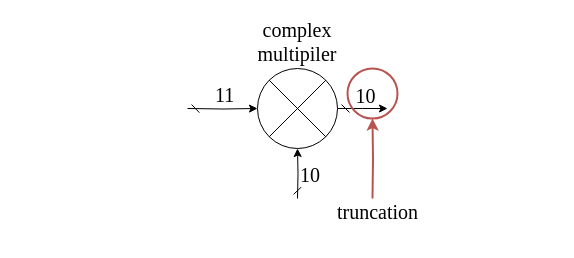
Before: truncation.drawio in ALpht/16_FFT, a draw.io diagram. Source tidied: cells renumbered, new cells numbered last; positions are measured from the earlier drawing's top-left corner, leaving out a move shared by most shapes. Both pictures are drawn from the tidied source at 100%, with x=0, y=0 at pixel (187, 68).
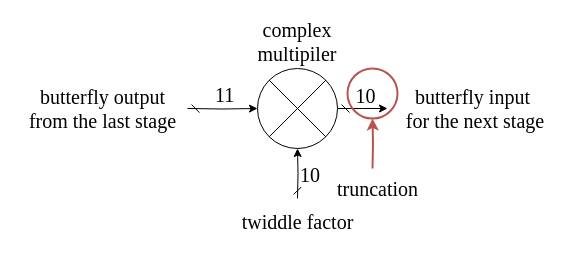
Above is the later version.

Diff of the diagram source:
```diff
@@
 <mxGraphModel>
   <root>
     <mxCell id="0" />
     <mxCell id="1" parent="0" />
     <mxCell id="2" style="edgeStyle=orthogonalEdgeStyle;rounded=0;jettySize=auto;html=1;startArrow=dash;startFill=0;" parent="1" edge="1" target="8">
       <mxGeometry relative="1" as="geometry">
         <mxPoint y="40" as="sourcePoint" />
       </mxGeometry>
     </mxCell>
     <mxCell id="3" value="&lt;font style=&quot;font-size: 20px;&quot; face=&quot;Times New Roman&quot;&gt;11&lt;/font&gt;" style="edgeLabel;html=1;align=center;verticalAlign=bottom;labelPosition=center;verticalLabelPosition=top;" parent="2" vertex="1">
       <mxGeometry x="0.06" relative="1" as="geometry" />
     </mxCell>
     <mxCell id="4" style="edgeStyle=orthogonalEdgeStyle;rounded=0;jettySize=auto;html=1;exitX=0.5;exitY=1;exitDx=0;exitDy=0;entryX=0.5;entryY=1;entryDx=0;entryDy=0;startArrow=dash;startFill=0;" parent="1" edge="1" target="8">
       <mxGeometry relative="1" as="geometry">
         <mxPoint x="110" y="130" as="sourcePoint" />
       </mxGeometry>
     </mxCell>
     <mxCell id="5" value="&lt;font style=&quot;font-size: 20px;&quot; face=&quot;Times New Roman&quot;&gt;10&lt;/font&gt;" style="edgeLabel;html=1;align=left;verticalAlign=middle;labelPosition=right;verticalLabelPosition=middle;" parent="4" vertex="1">
       <mxGeometry x="-0.01" relative="1" as="geometry" />
     </mxCell>
     <mxCell id="6" style="edgeStyle=orthogonalEdgeStyle;rounded=0;jettySize=auto;html=1;startArrow=dash;startFill=0;" parent="1" edge="1" source="8">
       <mxGeometry relative="1" as="geometry">
         <mxPoint x="200" y="40" as="targetPoint" />
       </mxGeometry>
     </mxCell>
     <mxCell id="7" value="&lt;font style=&quot;font-size: 20px;&quot; face=&quot;Times New Roman&quot;&gt;10&lt;/font&gt;" style="edgeLabel;html=1;align=center;verticalAlign=bottom;labelPosition=center;verticalLabelPosition=top;" parent="6" vertex="1">
       <mxGeometry x="0.09" y="-1" relative="1" as="geometry" />
     </mxCell>
     <mxCell id="8" value="&lt;font style=&quot;font-size: 20px;&quot; face=&quot;Times New Roman&quot;&gt;complex multipiler&lt;/font&gt;" style="shape=sumEllipse;perimeter=ellipsePerimeter;whiteSpace=wrap;html=1;backgroundOutline=1;labelPosition=center;verticalLabelPosition=top;align=center;verticalAlign=bottom;" parent="1" vertex="1">
       <mxGeometry x="70" width="80" height="80" as="geometry" />
     </mxCell>
-    <mxCell id="9" style="edgeStyle=orthogonalEdgeStyle;rounded=0;jettySize=auto;html=1;exitX=0.5;exitY=1;exitDx=0;exitDy=0;entryX=0.5;entryY=1;entryDx=0;entryDy=0;strokeWidth=2;fillColor=#f8cecc;strokeColor=#b85450;" parent="1" edge="1" target="10">
+    <mxCell id="9" style="edgeStyle=orthogonalEdgeStyle;rounded=0;jettySize=auto;html=1;entryX=0.5;entryY=1;entryDx=0;entryDy=0;strokeWidth=2;fillColor=#f8cecc;strokeColor=#b85450;" parent="1" edge="1" target="10">
       <mxGeometry relative="1" as="geometry">
-        <mxPoint x="185" y="130" as="sourcePoint" />
+        <mxPoint x="185" y="100" as="sourcePoint" />
       </mxGeometry>
     </mxCell>
     <mxCell id="10" style="ellipse;whiteSpace=wrap;html=1;fillColor=none;strokeColor=#b85450;gradientColor=default;strokeWidth=2;" parent="1" vertex="1">
       <mxGeometry x="160" width="50" height="50" as="geometry" />
     </mxCell>
     <mxCell id="11" value="&lt;font style=&quot;font-size: 20px;&quot; face=&quot;Times New Roman&quot;&gt;truncation&lt;/font&gt;" style="text;html=1;align=center;verticalAlign=middle;strokeColor=none;fillColor=none;" parent="1" vertex="1">
-      <mxGeometry x="140" y="123" width="100" height="40" as="geometry" />
+      <mxGeometry x="140" y="100" width="100" height="40" as="geometry" />
     </mxCell>
+    <mxCell id="12" value="&lt;font style=&quot;font-size: 20px;&quot; face=&quot;Times New Roman&quot;&gt;butterfly output &lt;br&gt;from the last stage&lt;/font&gt;" style="text;html=1;align=center;verticalAlign=middle;strokeColor=none;fillColor=none;" parent="1" vertex="1">
+      <mxGeometry x="-170" y="10" width="170" height="60" as="geometry" />
+    </mxCell>
+    <mxCell id="13" value="&lt;font style=&quot;font-size: 20px;&quot; face=&quot;Times New Roman&quot;&gt;butterfly input &lt;br&gt;&amp;nbsp;for the next stage&lt;/font&gt;" style="text;html=1;align=center;verticalAlign=middle;strokeColor=none;fillColor=none;" parent="1" vertex="1">
+      <mxGeometry x="200" y="10" width="170" height="60" as="geometry" />
+    </mxCell>
+    <mxCell id="14" value="&lt;font style=&quot;font-size: 20px;&quot; face=&quot;Times New Roman&quot;&gt;twiddle factor&lt;/font&gt;" style="text;html=1;align=center;verticalAlign=middle;strokeColor=none;fillColor=none;" parent="1" vertex="1">
+      <mxGeometry x="40" y="133" width="140" height="40" as="geometry" />
+    </mxCell>
   </root>
 </mxGraphModel>
```
